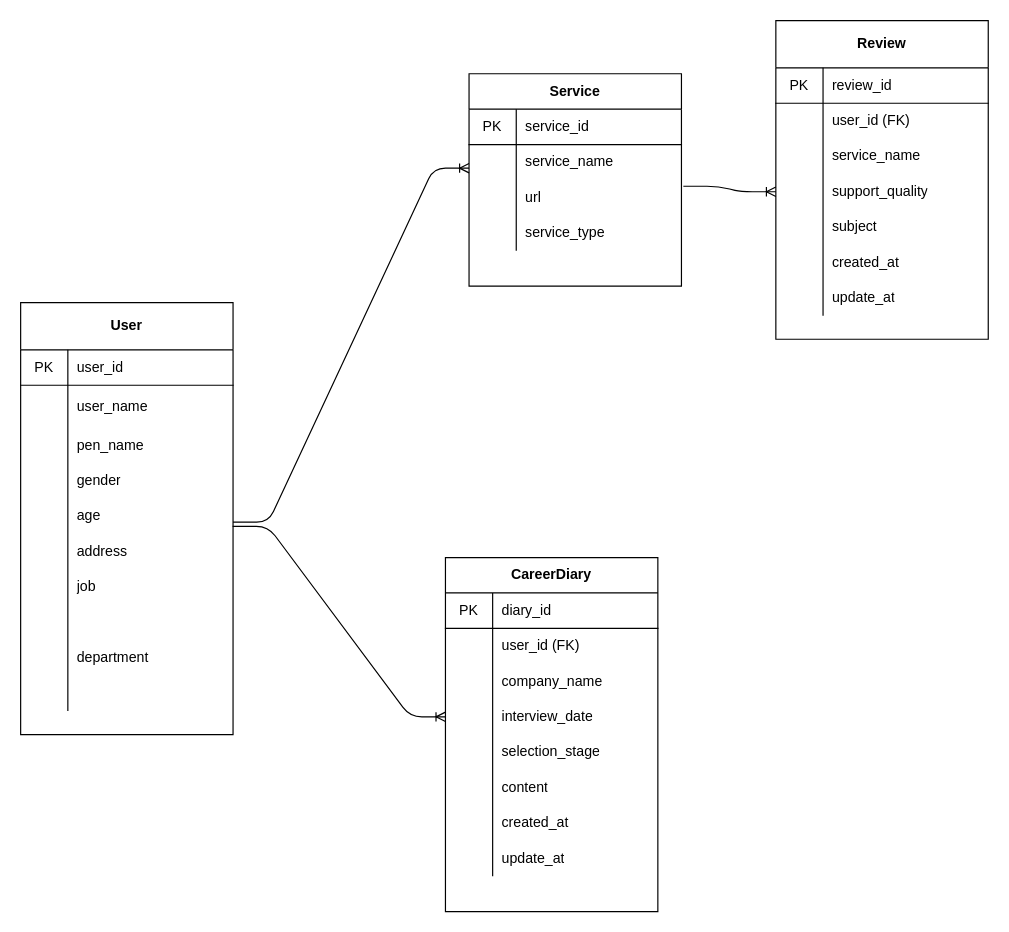
Above: venv_private_diary/private_diary/設計図/ER.drawio in kotaro-777/CARICOMI (draw.io), before the change. Source tidied: cells renumbered, new cells numbered last; positions are measured from the earlier drawing's top-left corner, leaving out a move shared by most shapes. Both pictures are drawn from the tidied source at 118%, with x=0, y=0 at pixel (20, 20).
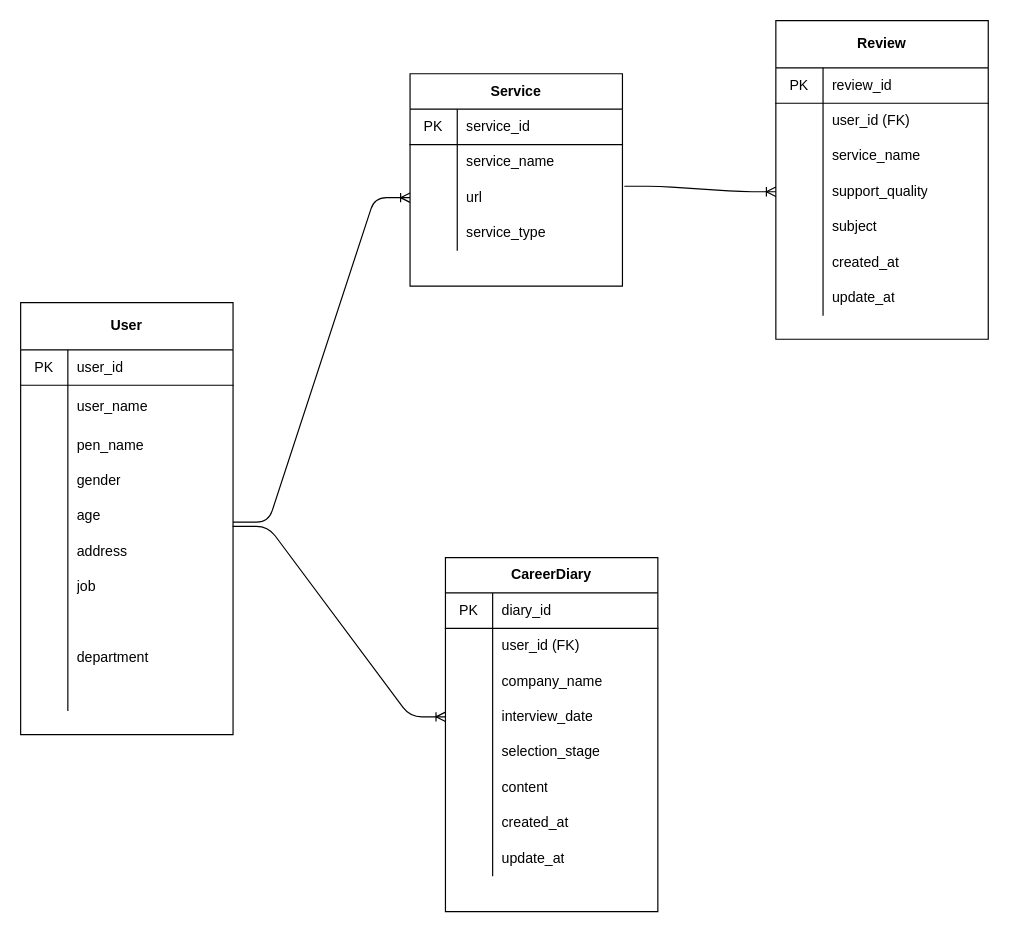
The same page after the edit.

The change refers to these unchanged cells:
```xml
<mxCell id="9" style="shape=partialRectangle;html=1;whiteSpace=wrap;fillColor=none;top=0;left=0;bottom=0;right=0;points=[[0,0.5],[1,0.5]];portConstraint=eastwest;" parent="2" vertex="1">
  <mxGeometry y="90" width="180" height="30" as="geometry" />
</mxCell>
```

Diff of the diagram source:
```diff
@@
     <mxCell id="2" value="Service" style="shape=table;html=1;whiteSpace=wrap;startSize=30;childLayout=tableLayout;rowLines=0;fontStyle=1;align=center;" parent="1" vertex="1">
-      <mxGeometry x="380" y="45" width="180" height="180" as="geometry" />
+      <mxGeometry x="330" y="45" width="180" height="180" as="geometry" />
     </mxCell>
@@
-    <mxCell id="94" style="edgeStyle=entityRelationEdgeStyle;fontSize=12;html=1;endArrow=ERoneToMany;" parent="1" edge="1">
+    <mxCell id="94" style="edgeStyle=entityRelationEdgeStyle;fontSize=12;html=1;endArrow=ERoneToMany;entryX=0;entryY=0.5;entryDx=0;entryDy=0;" parent="1" edge="1" target="9">
       <mxGeometry relative="1" as="geometry">
         <mxPoint x="180" y="425" as="sourcePoint" />
-        <mxPoint x="380" y="125" as="targetPoint" />
       </mxGeometry>
     </mxCell>
```
